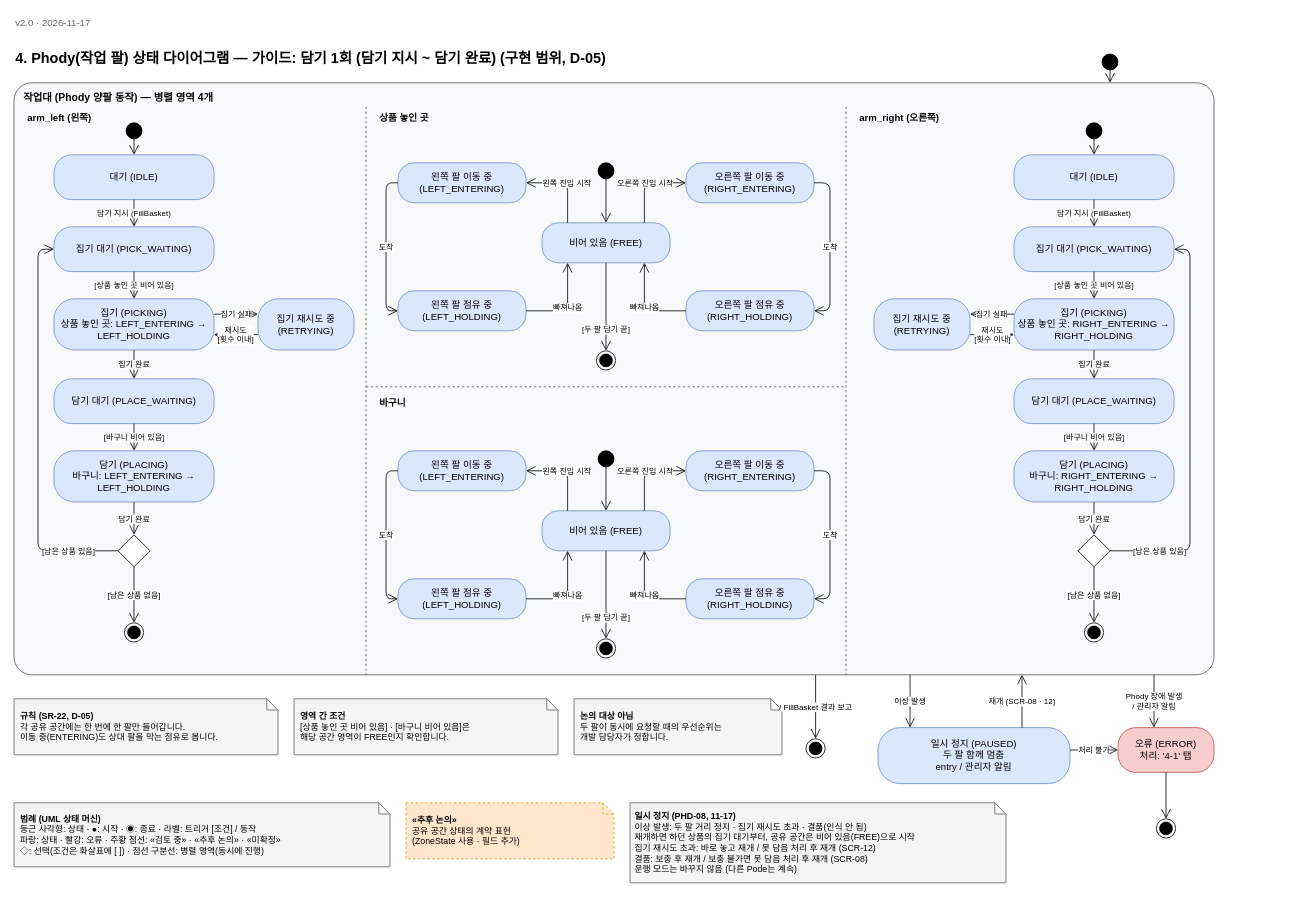
Above: page "4. Phody (가이드)" (5 of 14) of design/diagrams/IFP_다이어그램.drawio in addinedu-roscamp-16th/roscamp-repo-2 (draw.io), before the change. Source tidied: cells renumbered, new cells numbered last; positions are measured from the earlier drawing's top-left corner, leaving out a move shared by most shapes. Both pictures are drawn from the tidied source at 80%, with x=0, y=0 at pixel (14, 14).
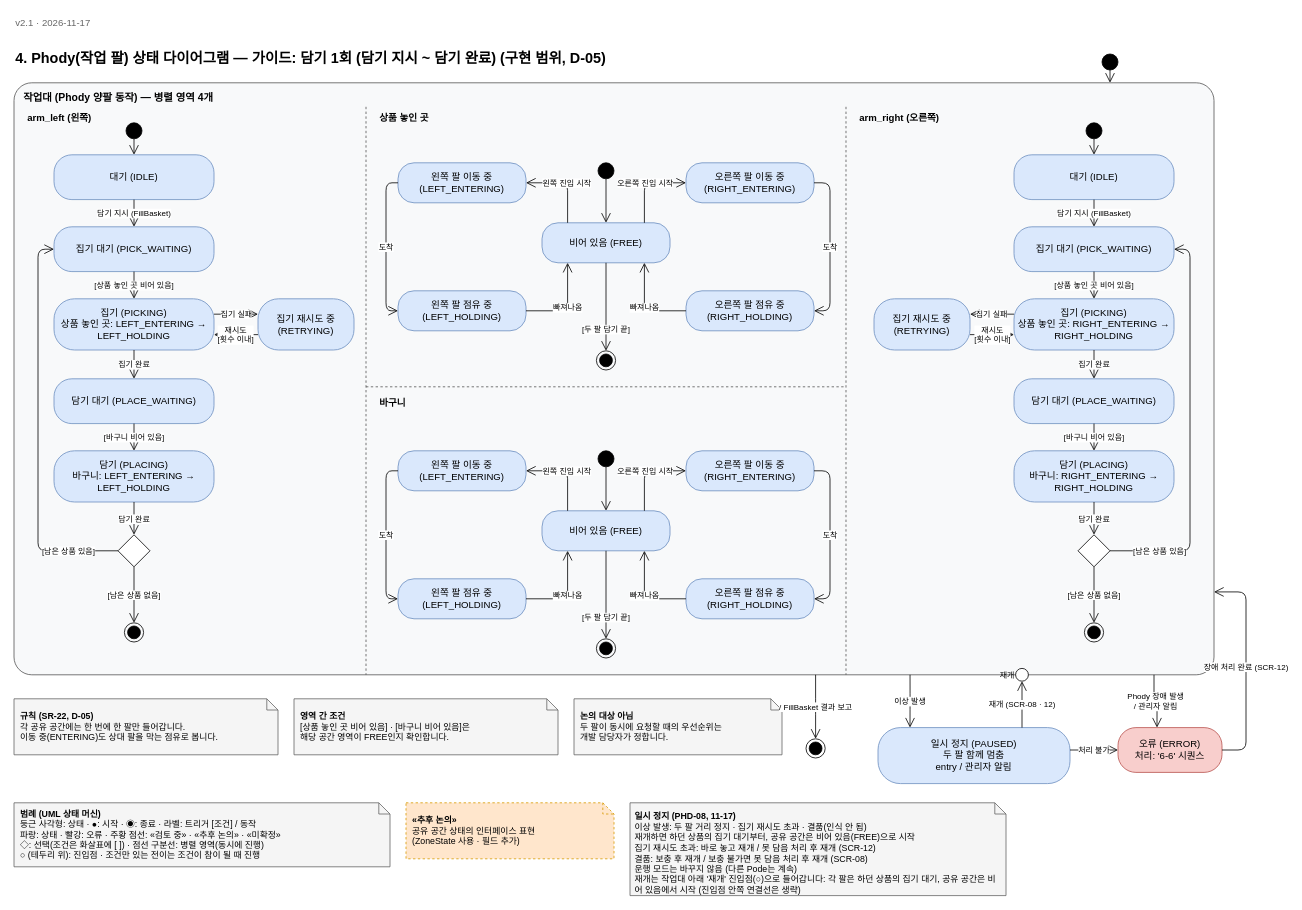
The same diagram, later.

The change refers to these unchanged cells:
```xml
<mxCell id="3" value="작업대 (Phody 양팔 동작) — 병렬 영역 4개" style="rounded=1;arcSize=3;whiteSpace=wrap;html=1;verticalAlign=top;align=left;spacingLeft=10;spacingTop=4;fontStyle=1;fillColor=#f8f9fa;strokeColor=#555555;fontSize=13;" parent="1" vertex="1">
  <mxGeometry y="86" width="1500" height="740" as="geometry" />
</mxCell>
<mxCell id="91" value="일시 정지 (PAUSED)&lt;br&gt;두 팔 함께 멈춤&lt;br&gt;entry / 관리자 알림" style="rounded=1;arcSize=40;whiteSpace=wrap;html=1;fillColor=#dae8fc;strokeColor=#6c8ebf;fontSize=12;" parent="1" vertex="1">
  <mxGeometry x="1080" y="892" width="240" height="70" as="geometry" />
</mxCell>
```

Change to the diagram source:
```diff
@@
-    <mxCell id="73" value="오류 (ERROR)&lt;br&gt;처리: '4-1' 탭" style="rounded=1;arcSize=40;whiteSpace=wrap;html=1;fillColor=#f8cecc;strokeColor=#b85450;fontSize=12;" parent="1" vertex="1">
-      <mxGeometry x="1380" y="892" width="120" height="56" as="geometry" />
+    <mxCell id="73" value="오류 (ERROR)&lt;br&gt;처리: '6-6' 시퀀스" style="rounded=1;arcSize=40;whiteSpace=wrap;html=1;fillColor=#f8cecc;strokeColor=#b85450;fontSize=12;" parent="1" vertex="1">
+      <mxGeometry x="1380" y="892" width="130" height="56" as="geometry" />
     </mxCell>
@@
-    <mxCell id="78" value="&lt;b&gt;«추후 논의»&lt;/b&gt;&lt;br&gt;공유 공간 상태의 계약 표현&lt;br&gt;(ZoneState 사용 · 필드 추가)" style="shape=note;size=14;whiteSpace=wrap;html=1;dashed=1;fillColor=#ffe6cc;strokeColor=#d79b00;fontSize=11;align=left;spacingLeft=6;" parent="1" vertex="1">
+    <mxCell id="78" value="&lt;b&gt;«추후 논의»&lt;/b&gt;&lt;br&gt;공유 공간 상태의 인터페이스 표현&lt;br&gt;(ZoneState 사용 · 필드 추가)" style="shape=note;size=14;whiteSpace=wrap;html=1;dashed=1;fillColor=#ffe6cc;strokeColor=#d79b00;fontSize=11;align=left;spacingLeft=6;" parent="1" vertex="1">
       <mxGeometry x="490" y="986" width="260" height="70" as="geometry" />
     </mxCell>
-    <mxCell id="79" value="&lt;b&gt;범례 (UML 상태 머신)&lt;/b&gt;&lt;br&gt;둥근 사각형: 상태 · ●: 시작 · ◉: 종료 · 라벨: 트리거 [조건] / 동작&lt;br&gt;파랑: 상태 · 빨강: 오류 · 주황 점선: «검토 중» · «추후 논의» · «미확정»&lt;br&gt;◇: 선택(조건은 화살표에 [ ]) · 점선 구분선: 병렬 영역(동시에 진행)" style="shape=note;size=14;whiteSpace=wrap;html=1;fillColor=#f5f5f5;strokeColor=#666666;fontSize=11;align=left;spacingLeft=6;" parent="1" vertex="1">
+    <mxCell id="79" value="&lt;b&gt;범례 (UML 상태 머신)&lt;/b&gt;&lt;br&gt;둥근 사각형: 상태 · ●: 시작 · ◉: 종료 · 라벨: 트리거 [조건] / 동작&lt;br&gt;파랑: 상태 · 빨강: 오류 · 주황 점선: «검토 중» · «추후 논의» · «미확정»&lt;br&gt;◇: 선택(조건은 화살표에 [ ]) · 점선 구분선: 병렬 영역(동시에 진행)&lt;br&gt;○ (테두리 위): 진입점 · 조건만 있는 전이는 조건이 참이 될 때 진행" style="shape=note;size=14;whiteSpace=wrap;html=1;fillColor=#f5f5f5;strokeColor=#666666;fontSize=11;align=left;spacingLeft=6;" parent="1" vertex="1">
       <mxGeometry y="986" width="470" height="80" as="geometry" />
     </mxCell>
@@
-    <mxCell id="90" value="v2.0 · 2026-11-17" style="text;html=1;fontSize=12;fontColor=#666666;align=left;verticalAlign=middle;" parent="1" vertex="1">
+    <mxCell id="90" value="v2.1 · 2026-11-17" style="text;html=1;fontSize=12;fontColor=#666666;align=left;verticalAlign=middle;" parent="1" vertex="1">
       <mxGeometry width="200" height="24" as="geometry" />
     </mxCell>
@@
-    <mxCell id="93" value="재개 (SCR-08 · 12)" style="edgeStyle=orthogonalEdgeStyle;rounded=1;html=1;endArrow=open;endSize=10;fontSize=10;labelBackgroundColor=#ffffff;exitX=0.75;exitY=0;exitDx=0;exitDy=0;entryX=0.84;entryY=1;entryDx=0;entryDy=0;" parent="1" edge="1" source="91" target="3">
+    <mxCell id="93" value="재개 (SCR-08 · 12)" style="edgeStyle=orthogonalEdgeStyle;rounded=1;html=1;endArrow=open;endSize=10;fontSize=10;labelBackgroundColor=#ffffff;exitX=0.75;exitY=0;exitDx=0;exitDy=0;entryX=0.5;entryY=1;entryDx=0;entryDy=0;" parent="1" edge="1" source="91" target="99">
       <mxGeometry relative="1" as="geometry" />
     </mxCell>
@@
-    <mxCell id="95" style="ellipse;shape=endState;html=1;fillColor=#000000;strokeColor=#000000;" parent="1" vertex="1">
-      <mxGeometry x="1428" y="1006" width="24" height="24" as="geometry" />
-    </mxCell>
-    <mxCell id="96" style="edgeStyle=orthogonalEdgeStyle;rounded=1;html=1;endArrow=open;endSize=10;fontSize=10;labelBackgroundColor=#ffffff;exitX=0.5;exitY=1;exitDx=0;exitDy=0;entryX=0.5;entryY=0;entryDx=0;entryDy=0;" parent="1" edge="1" source="73" target="95">
-      <mxGeometry relative="1" as="geometry" />
-    </mxCell>
-    <mxCell id="97" value="&lt;b&gt;일시 정지 (PHD-08, 11-17)&lt;/b&gt;&lt;br&gt;이상 발생: 두 팔 거리 정지 · 집기 재시도 초과 · 결품(인식 안 됨)&lt;br&gt;재개하면 하던 상품의 집기 대기부터, 공유 공간은 비어 있음(FREE)으로 시작&lt;br&gt;집기 재시도 초과: 바로 놓고 재개 / 못 담음 처리 후 재개 (SCR-12)&lt;br&gt;결품: 보충 후 재개 / 보충 불가면 못 담음 처리 후 재개 (SCR-08)&lt;br&gt;운행 모드는 바꾸지 않음 (다른 Pode는 계속)" style="shape=note;whiteSpace=wrap;html=1;size=14;align=left;verticalAlign=top;spacing=6;fontSize=11;fillColor=#f5f5f5;strokeColor=#666666;" parent="1" vertex="1">
-      <mxGeometry x="770" y="986" width="470" height="100" as="geometry" />
+    <mxCell id="97" value="&lt;b&gt;일시 정지 (PHD-08, 11-17)&lt;/b&gt;&lt;br&gt;이상 발생: 두 팔 거리 정지 · 집기 재시도 초과 · 결품(인식 안 됨)&lt;br&gt;재개하면 하던 상품의 집기 대기부터, 공유 공간은 비어 있음(FREE)으로 시작&lt;br&gt;집기 재시도 초과: 바로 놓고 재개 / 못 담음 처리 후 재개 (SCR-12)&lt;br&gt;결품: 보충 후 재개 / 보충 불가면 못 담음 처리 후 재개 (SCR-08)&lt;br&gt;운행 모드는 바꾸지 않음 (다른 Pode는 계속)&lt;br&gt;재개는 작업대 아래 '재개' 진입점(○)으로 들어갑니다: 각 팔은 하던 상품의 집기 대기, 공유 공간은 비어 있음에서 시작 (진입점 안쪽 연결선은 생략)" style="shape=note;whiteSpace=wrap;html=1;size=14;align=left;verticalAlign=top;spacing=6;fontSize=11;fillColor=#f5f5f5;strokeColor=#666666;" parent="1" vertex="1">
+      <mxGeometry x="770" y="986" width="470" height="116" as="geometry" />
     </mxCell>
+    <mxCell id="98" value="장애 처리 완료 (SCR-12)" style="edgeStyle=orthogonalEdgeStyle;rounded=1;html=1;endArrow=open;endSize=10;fontSize=10;labelBackgroundColor=#ffffff;exitX=1;exitY=0.5;exitDx=0;exitDy=0;entryX=1;entryY=0.86;entryDx=0;entryDy=0;" parent="1" edge="1" source="73" target="3">
+      <mxGeometry relative="1" as="geometry">
+        <Array as="points">
+          <mxPoint x="1540" y="920" />
+          <mxPoint x="1540" y="722" />
+        </Array>
+      </mxGeometry>
+    </mxCell>
+    <mxCell id="99" value="재개" style="ellipse;html=1;fillColor=#ffffff;strokeColor=#000000;labelPosition=left;verticalLabelPosition=middle;align=right;verticalAlign=middle;fontSize=10;" parent="1" vertex="1">
+      <mxGeometry x="1252" y="818" width="16" height="16" as="geometry" />
+    </mxCell>
```
